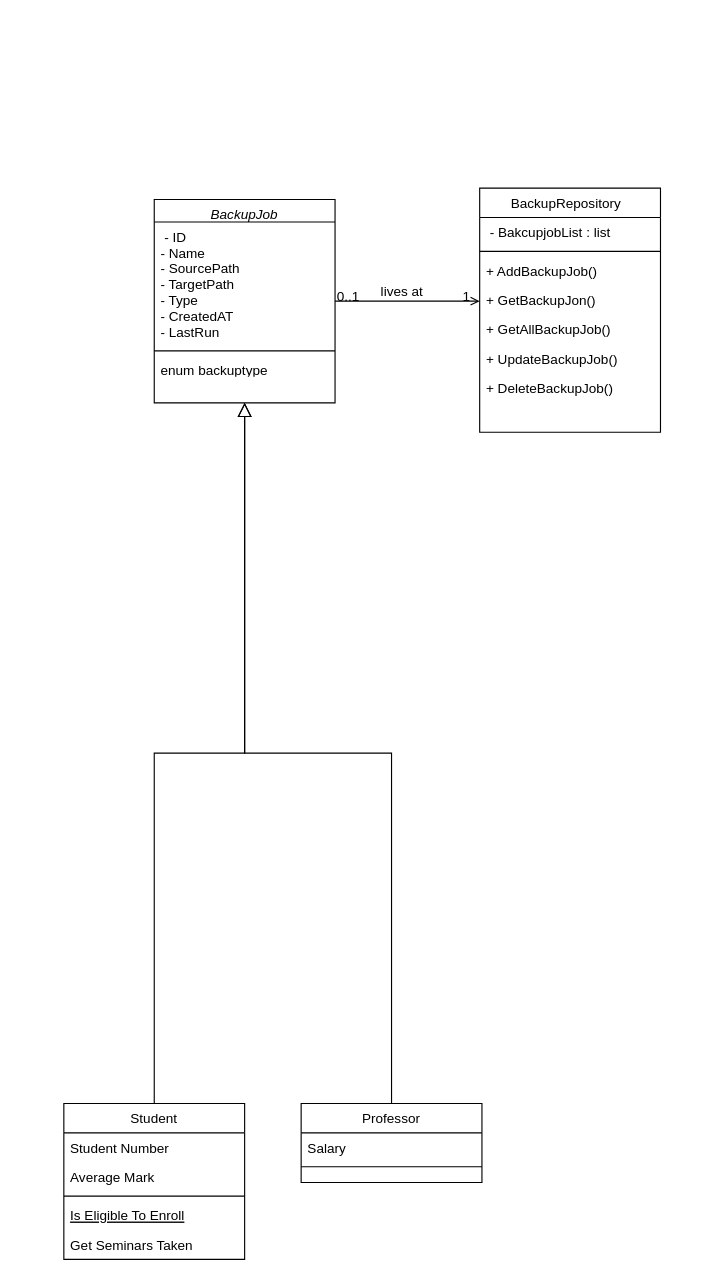
This is Resources/Diagramme de classe.drawio from titaosahraoui/EasySave, a draw.io file, before an edit. Source tidied: cells renumbered, new cells numbered last; positions are measured from the earlier drawing's top-left corner, leaving out a move shared by most shapes. Both pictures are drawn from the tidied source at 113%, with x=0, y=0 at pixel (63, 188).
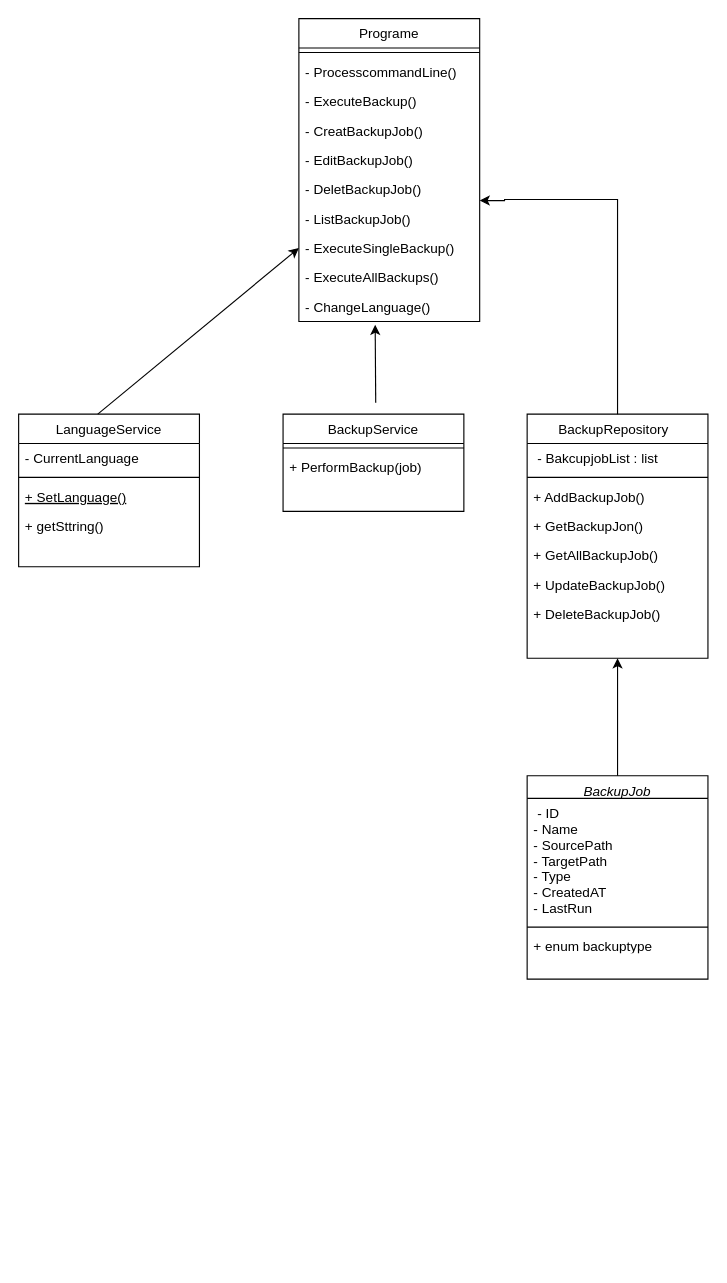
The same diagram, later.

Commit message (it also covers changes not shown here):
Mettre à jour Diagramme de classe.drawio

What changed in the source:
```diff
@@
     <mxCell id="2" value="BackupJob" style="swimlane;fontStyle=2;align=center;verticalAlign=top;horizontal=1;startSize=20;rounded=0;shadow=0;strokeWidth=1;" parent="1" vertex="1">
-      <mxGeometry x="80" y="10" width="160" height="180" as="geometry" />
+      <mxGeometry x="410" y="520" width="160" height="180" as="geometry" />
     </mxCell>
@@
-    <mxCell id="5" value="enum backuptype" style="text;align=left;verticalAlign=top;spacingLeft=4;spacingRight=4;overflow=hidden;" parent="2" vertex="1">
+    <mxCell id="5" value="+ enum backuptype" style="text;align=left;verticalAlign=top;spacingLeft=4;spacingRight=4;overflow=hidden;" parent="2" vertex="1">
       <mxGeometry y="138" width="160" height="14" as="geometry" />
     </mxCell>
-    <mxCell id="6" value="Student" style="swimlane;fontStyle=0;align=center;verticalAlign=top;horizontal=1;startSize=26;rounded=0;shadow=0;strokeWidth=1;" parent="1" vertex="1">
-      <mxGeometry y="810" width="160" height="138" as="geometry" />
+    <mxCell id="6" value="LanguageService" style="swimlane;fontStyle=0;align=center;verticalAlign=top;horizontal=1;startSize=26;rounded=0;shadow=0;strokeWidth=1;" parent="1" vertex="1">
+      <mxGeometry x="-40" y="200" width="160" height="135" as="geometry" />
     </mxCell>
-    <mxCell id="7" value="Student Number" style="text;align=left;verticalAlign=top;spacingLeft=4;spacingRight=4;overflow=hidden;" parent="6" vertex="1">
+    <mxCell id="7" value="- CurrentLanguage" style="text;align=left;verticalAlign=top;spacingLeft=4;spacingRight=4;overflow=hidden;" parent="6" vertex="1">
       <mxGeometry y="26" width="160" height="26" as="geometry" />
     </mxCell>
-    <mxCell id="8" value="Average Mark" style="text;align=left;verticalAlign=top;spacingLeft=4;spacingRight=4;overflow=hidden;rounded=0;shadow=0;html=0;" parent="6" vertex="1">
-      <mxGeometry y="52" width="160" height="26" as="geometry" />
-    </mxCell>
     <mxCell id="9" style="line;html=1;strokeWidth=1;align=left;verticalAlign=middle;spacingTop=-1;spacingLeft=3;spacingRight=3;labelPosition=right;" parent="6" vertex="1">
-      <mxGeometry y="78" width="160" height="8" as="geometry" />
+      <mxGeometry y="52" width="160" height="8" as="geometry" />
     </mxCell>
-    <mxCell id="10" value="Is Eligible To Enroll" style="text;align=left;verticalAlign=top;spacingLeft=4;spacingRight=4;overflow=hidden;fontStyle=4;" parent="6" vertex="1">
-      <mxGeometry y="86" width="160" height="26" as="geometry" />
+    <mxCell id="10" value="+ SetLanguage()" style="text;align=left;verticalAlign=top;spacingLeft=4;spacingRight=4;overflow=hidden;fontStyle=4;" parent="6" vertex="1">
+      <mxGeometry y="60" width="160" height="26" as="geometry" />
     </mxCell>
-    <mxCell id="11" value="Get Seminars Taken" style="text;align=left;verticalAlign=top;spacingLeft=4;spacingRight=4;overflow=hidden;" parent="6" vertex="1">
-      <mxGeometry y="112" width="160" height="26" as="geometry" />
+    <mxCell id="11" value="+ getSttring()" style="text;align=left;verticalAlign=top;spacingLeft=4;spacingRight=4;overflow=hidden;" parent="6" vertex="1">
+      <mxGeometry y="86" width="160" height="26" as="geometry" />
     </mxCell>
-    <mxCell id="12" style="endArrow=block;endSize=10;endFill=0;shadow=0;strokeWidth=1;rounded=0;curved=0;edgeStyle=elbowEdgeStyle;elbow=vertical;" parent="1" edge="1" source="6" target="2">
-      <mxGeometry relative="1" as="geometry" />
-    </mxCell>
-    <mxCell id="13" value="Professor" style="swimlane;fontStyle=0;align=center;verticalAlign=top;horizontal=1;startSize=26;rounded=0;shadow=0;strokeWidth=1;" parent="1" vertex="1">
-      <mxGeometry x="210" y="810" width="160" height="70" as="geometry" />
+    <mxCell id="13" value="BackupService" style="swimlane;fontStyle=0;align=center;verticalAlign=top;horizontal=1;startSize=26;rounded=0;shadow=0;strokeWidth=1;" parent="1" vertex="1">
+      <mxGeometry x="194" y="200" width="160" height="86" as="geometry" />
     </mxCell>
-    <mxCell id="14" value="Salary" style="text;align=left;verticalAlign=top;spacingLeft=4;spacingRight=4;overflow=hidden;" parent="13" vertex="1">
-      <mxGeometry y="26" width="160" height="26" as="geometry" />
-    </mxCell>
     <mxCell id="15" style="line;html=1;strokeWidth=1;align=left;verticalAlign=middle;spacingTop=-1;spacingLeft=3;spacingRight=3;labelPosition=right;" parent="13" vertex="1">
-      <mxGeometry y="52" width="160" height="8" as="geometry" />
+      <mxGeometry y="26" width="160" height="8" as="geometry" />
     </mxCell>
-    <mxCell id="16" style="endArrow=block;endSize=10;endFill=0;shadow=0;strokeWidth=1;rounded=0;curved=0;edgeStyle=elbowEdgeStyle;elbow=vertical;" parent="1" edge="1" source="13" target="2">
-      <mxGeometry relative="1" as="geometry" />
-    </mxCell>
+    <mxCell id="29" value="+ PerformBackup(job)" style="text;align=left;verticalAlign=top;spacingLeft=4;spacingRight=4;overflow=hidden;" parent="13" vertex="1">
+      <mxGeometry y="34" width="160" height="26" as="geometry" />
+    </mxCell>
+    <mxCell id="30" style="edgeStyle=orthogonalEdgeStyle;rounded=0;orthogonalLoop=1;jettySize=auto;html=1;exitX=0.5;exitY=0;exitDx=0;exitDy=0;entryX=1;entryY=0.5;entryDx=0;entryDy=0;" parent="1" edge="1">
+      <mxGeometry relative="1" as="geometry">
+        <mxPoint x="490" y="210" as="sourcePoint" />
+        <mxPoint x="368" y="11" as="targetPoint" />
+        <Array as="points">
+          <mxPoint x="490" y="10" />
+          <mxPoint x="390" y="10" />
+          <mxPoint x="390" y="11" />
+        </Array>
+      </mxGeometry>
+    </mxCell>
     <mxCell id="17" value="BackupRepository  " style="swimlane;fontStyle=0;align=center;verticalAlign=top;horizontal=1;startSize=26;rounded=0;shadow=0;strokeWidth=1;" parent="1" vertex="1">
-      <mxGeometry x="368" width="160" height="216" as="geometry" />
+      <mxGeometry x="410" y="200" width="160" height="216" as="geometry" />
     </mxCell>
@@
+    <mxCell id="31" value="Programe" style="swimlane;fontStyle=0;align=center;verticalAlign=top;horizontal=1;startSize=26;rounded=0;shadow=0;strokeWidth=1;" parent="1" vertex="1">
+      <mxGeometry x="208" y="-150" width="160" height="268" as="geometry" />
+    </mxCell>
+    <mxCell id="32" style="line;html=1;strokeWidth=1;align=left;verticalAlign=middle;spacingTop=-1;spacingLeft=3;spacingRight=3;labelPosition=right;" parent="31" vertex="1">
+      <mxGeometry y="26" width="160" height="8" as="geometry" />
+    </mxCell>
+    <mxCell id="33" value="- ProcesscommandLine()" style="text;align=left;verticalAlign=top;spacingLeft=4;spacingRight=4;overflow=hidden;" parent="31" vertex="1">
+      <mxGeometry y="34" width="160" height="26" as="geometry" />
+    </mxCell>
+    <mxCell id="34" value="- ExecuteBackup()" style="text;align=left;verticalAlign=top;spacingLeft=4;spacingRight=4;overflow=hidden;" parent="31" vertex="1">
+      <mxGeometry y="60" width="160" height="26" as="geometry" />
+    </mxCell>
+    <mxCell id="35" value="- CreatBackupJob()" style="text;align=left;verticalAlign=top;spacingLeft=4;spacingRight=4;overflow=hidden;" parent="31" vertex="1">
+      <mxGeometry y="86" width="160" height="26" as="geometry" />
+    </mxCell>
+    <mxCell id="36" value="- EditBackupJob()" style="text;align=left;verticalAlign=top;spacingLeft=4;spacingRight=4;overflow=hidden;" parent="31" vertex="1">
+      <mxGeometry y="112" width="160" height="26" as="geometry" />
+    </mxCell>
+    <mxCell id="37" value="- DeletBackupJob()" style="text;align=left;verticalAlign=top;spacingLeft=4;spacingRight=4;overflow=hidden;" parent="31" vertex="1">
+      <mxGeometry y="138" width="160" height="26" as="geometry" />
+    </mxCell>
+    <mxCell id="38" value="- ListBackupJob()" style="text;align=left;verticalAlign=top;spacingLeft=4;spacingRight=4;overflow=hidden;" parent="31" vertex="1">
+      <mxGeometry y="164" width="160" height="26" as="geometry" />
+    </mxCell>
+    <mxCell id="39" value="- ExecuteSingleBackup()" style="text;align=left;verticalAlign=top;spacingLeft=4;spacingRight=4;overflow=hidden;points=[[0,0.5],[1,0.5]];portConstraint=eastwest;" parent="31" vertex="1">
+      <mxGeometry y="190" width="160" height="26" as="geometry" />
+    </mxCell>
+    <mxCell id="40" value="- ExecuteAllBackups()" style="text;align=left;verticalAlign=top;spacingLeft=4;spacingRight=4;overflow=hidden;" parent="31" vertex="1">
+      <mxGeometry y="216" width="160" height="26" as="geometry" />
+    </mxCell>
+    <mxCell id="41" value="- ChangeLanguage()" style="text;align=left;verticalAlign=top;spacingLeft=4;spacingRight=4;overflow=hidden;points=[[0,0.5],[1,0.5]];portConstraint=eastwest;" parent="31" vertex="1">
+      <mxGeometry y="242" width="160" height="26" as="geometry" />
+    </mxCell>
+    <mxCell id="42" style="endArrow=classic;html=1;rounded=0;entryX=0;entryY=0.5;entryDx=0;entryDy=0;" parent="1" edge="1" target="39">
+      <mxGeometry relative="1" as="geometry">
+        <mxPoint x="30" y="200" as="sourcePoint" />
+      </mxGeometry>
+    </mxCell>
+    <mxCell id="43" style="endArrow=classic;html=1;rounded=0;entryX=0.422;entryY=1.115;entryDx=0;entryDy=0;entryPerimeter=0;" parent="1" edge="1" target="41">
+      <mxGeometry relative="1" as="geometry">
+        <mxPoint x="276" y="190" as="sourcePoint" />
+      </mxGeometry>
+    </mxCell>
-    <mxCell id="25" style="endArrow=open;shadow=0;strokeWidth=1;rounded=0;curved=0;endFill=1;edgeStyle=elbowEdgeStyle;elbow=vertical;" parent="1" edge="1" source="2" target="17">
-      <mxGeometry x="0.5" y="41" relative="1" as="geometry">
-        <mxPoint x="-40" y="32" as="offset" />
-      </mxGeometry>
+    <mxCell id="25" style="endArrow=classic;html=1;rounded=0;exitX=0.5;exitY=0;exitDx=0;exitDy=0;entryX=0.5;entryY=1;entryDx=0;entryDy=0;" parent="1" edge="1" source="2" target="17">
+      <mxGeometry relative="1" as="geometry" />
     </mxCell>
-    <mxCell id="26" value="0..1" style="align=left;verticalAlign=bottom;labelBackgroundColor=none;fontSize=12;" parent="25" vertex="1">
-      <mxGeometry x="-1" relative="1" as="geometry">
-        <mxPoint y="4" as="offset" />
-      </mxGeometry>
-    </mxCell>
-    <mxCell id="27" value="1" style="align=right;verticalAlign=bottom;labelBackgroundColor=none;fontSize=12;" parent="25" vertex="1">
-      <mxGeometry x="1" relative="1" as="geometry">
-        <mxPoint x="-7" y="4" as="offset" />
-      </mxGeometry>
-    </mxCell>
-    <mxCell id="28" value="lives at" style="text;html=1;align=center;verticalAlign=middle;labelBackgroundColor=none;rounded=0;shadow=0;strokeWidth=1;fontSize=12;" parent="25" vertex="1">
-      <mxGeometry x="0.5" y="49" relative="1" as="geometry">
-        <mxPoint x="-38" y="40" as="offset" />
-      </mxGeometry>
-    </mxCell>
```
